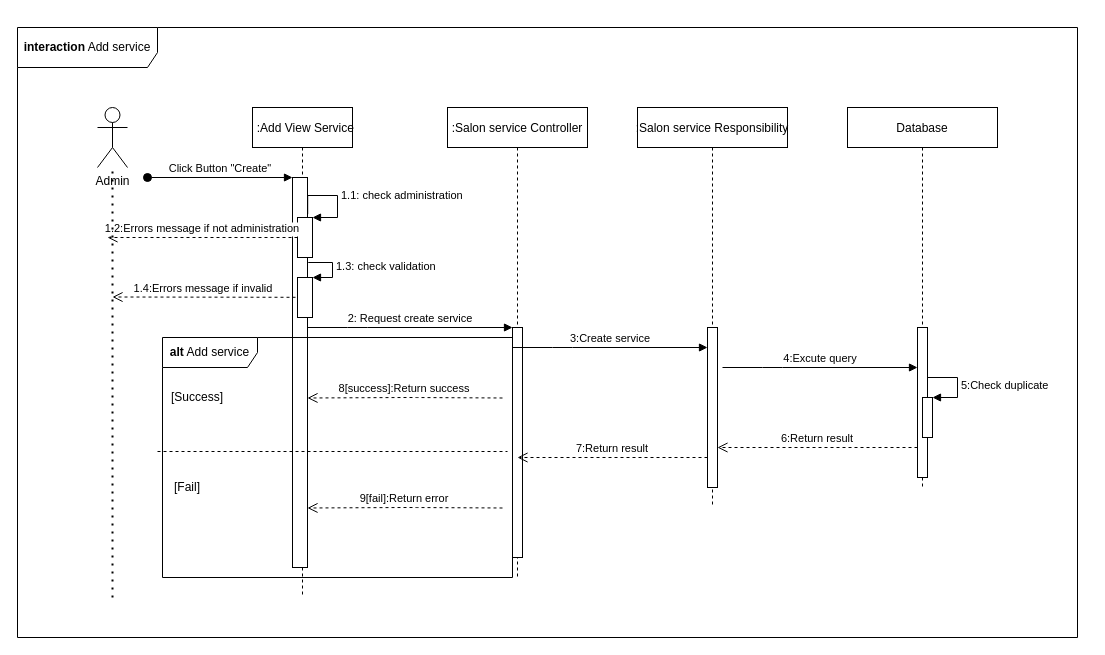
The draw.io diagram src/Untitled Diagram.drawio in minhttse/HanaShop, before the edit. Source tidied: cells renumbered, new cells numbered last; positions are measured from the earlier drawing's top-left corner, leaving out a move shared by most shapes. Both pictures are drawn from the tidied source at 100%, with x=0, y=0 at pixel (17, 27).
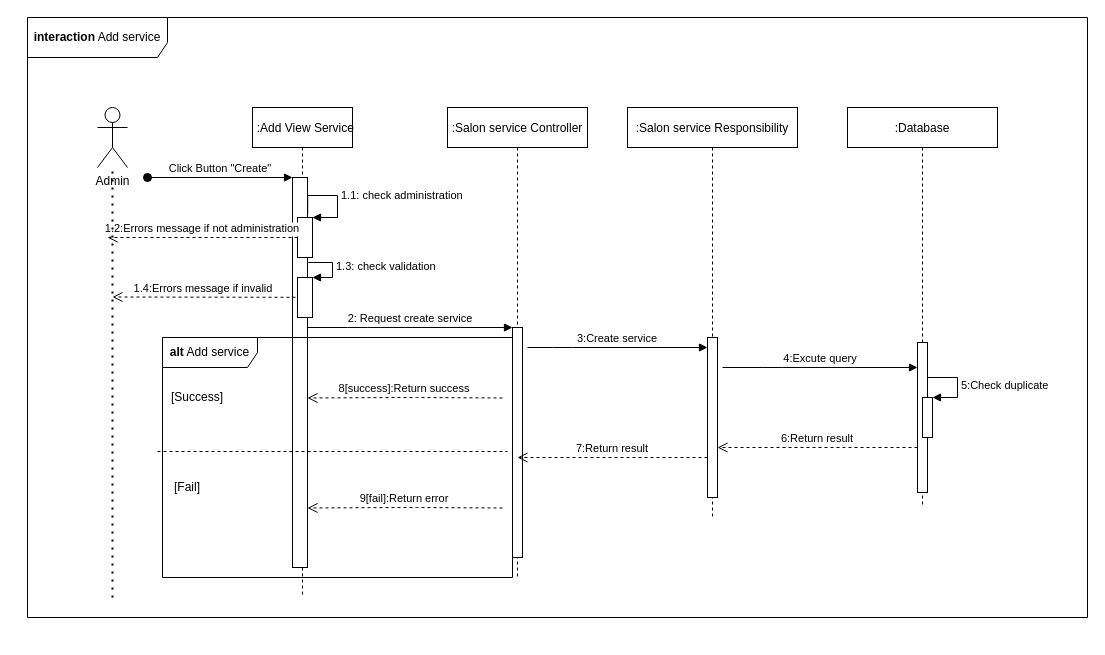
The same diagram, later.

Diff of the diagram source:
```diff
@@
     <mxCell id="14" value=":Salon service Responsibility" style="shape=umlLifeline;perimeter=lifelinePerimeter;rounded=0;shadow=0;strokeWidth=1;" parent="1" vertex="1">
-      <mxGeometry x="620" y="80" width="150" height="400" as="geometry" />
+      <mxGeometry x="610" y="80" width="170" height="410" as="geometry" />
     </mxCell>
     <mxCell id="15" style="perimeter=orthogonalPerimeter;rounded=0;shadow=0;strokeWidth=1;" parent="14" vertex="1">
-      <mxGeometry x="70" y="220" width="10" height="160" as="geometry" />
+      <mxGeometry x="80" y="230" width="10" height="160" as="geometry" />
     </mxCell>
@@
-    <mxCell id="17" value="Database" style="shape=umlLifeline;perimeter=lifelinePerimeter;rounded=0;shadow=0;strokeWidth=1;" parent="1" vertex="1">
-      <mxGeometry x="830" y="80" width="150" height="380" as="geometry" />
+    <mxCell id="17" value=":Database" style="shape=umlLifeline;perimeter=lifelinePerimeter;rounded=0;shadow=0;strokeWidth=1;" parent="1" vertex="1">
+      <mxGeometry x="830" y="80" width="150" height="400" as="geometry" />
     </mxCell>
     <mxCell id="18" style="perimeter=orthogonalPerimeter;rounded=0;shadow=0;strokeWidth=1;" parent="17" vertex="1">
-      <mxGeometry x="70" y="220" width="10" height="150" as="geometry" />
+      <mxGeometry x="70" y="235" width="10" height="150" as="geometry" />
     </mxCell>
@@
     <mxCell id="22" value="3:Create service" style="verticalAlign=bottom;endArrow=block;entryX=0;entryY=0;shadow=0;strokeWidth=1;" parent="1" edge="1">
       <mxGeometry relative="1" as="geometry">
-        <mxPoint x="495" y="320" as="sourcePoint" />
+        <mxPoint x="510" y="320" as="sourcePoint" />
         <mxPoint x="690" y="320" as="targetPoint" />
         <Array as="points">
           <mxPoint x="545" y="320" />
         </Array>
       </mxGeometry>
     </mxCell>
@@
     <mxCell id="32" value="&lt;b&gt;interaction&lt;/b&gt; Add service" style="shape=umlFrame;whiteSpace=wrap;html=1;width=140;height=40;" parent="1" vertex="1">
-      <mxGeometry width="1060" height="610" as="geometry" />
+      <mxGeometry x="10" y="-10" width="1060" height="600" as="geometry" />
     </mxCell>
```
